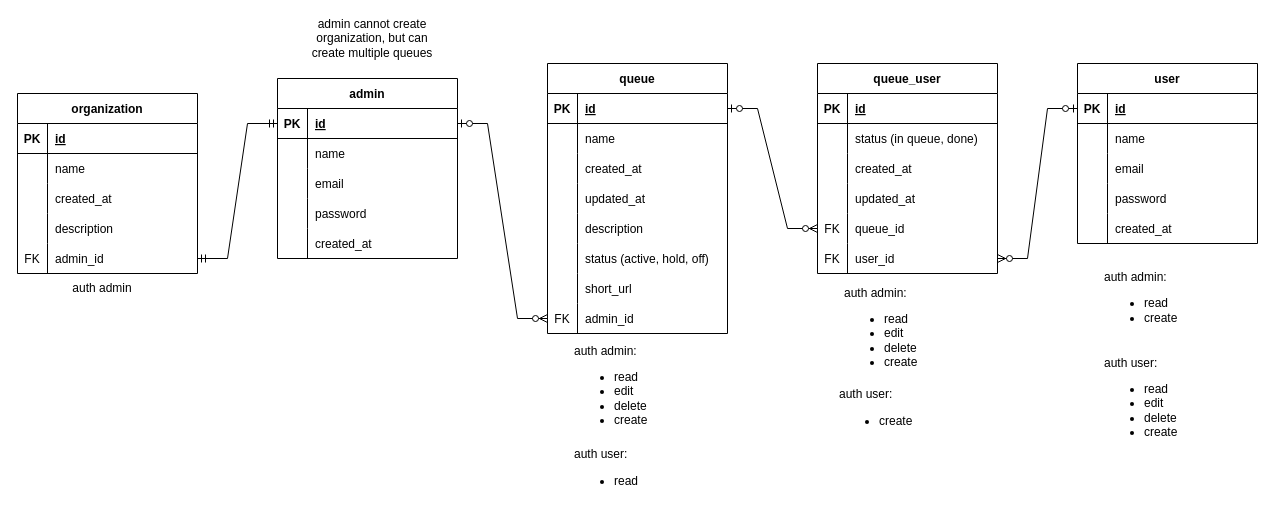
This is page "Page-2" (2 of 2) of antriin-erd.drawio from firdausraginda/antriin.id, a draw.io file, before an edit. Source tidied: cells renumbered, new cells numbered last; positions are measured from the earlier drawing's top-left corner, leaving out a move shared by most shapes. Both pictures are drawn from the tidied source at 100%, with x=0, y=0 at pixel (17, 23).
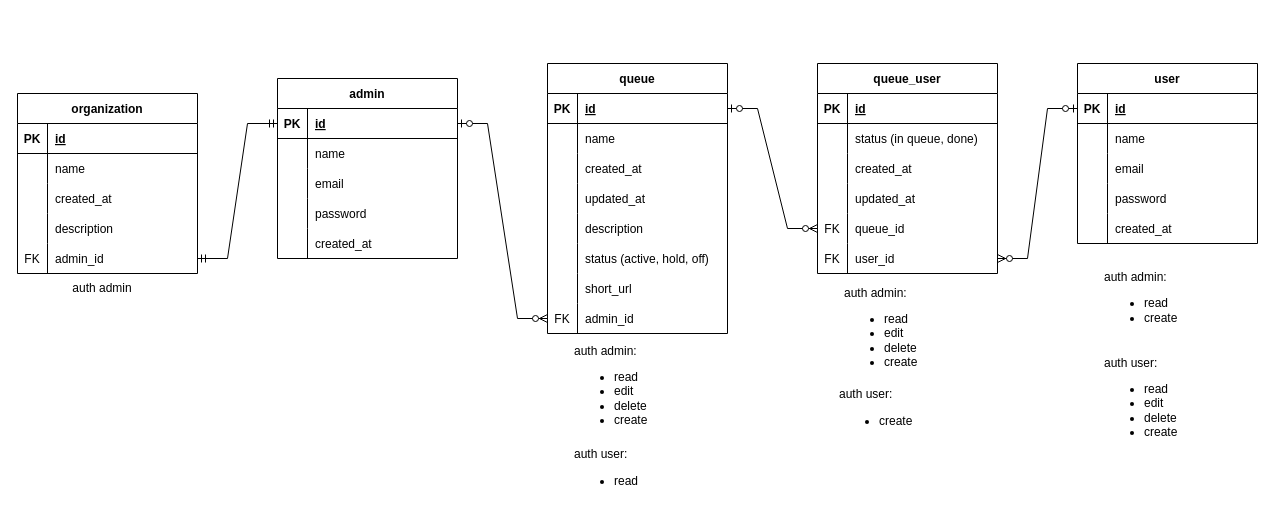
After the change.

What changed in the source:
```diff
@@
-    <mxCell id="98" value="admin cannot create organization, but can create multiple queues" style="text;html=1;strokeColor=none;fillColor=none;align=center;verticalAlign=middle;whiteSpace=wrap;rounded=0;" parent="1" vertex="1">
-      <mxGeometry x="290" width="130" height="30" as="geometry" />
-    </mxCell>
```
